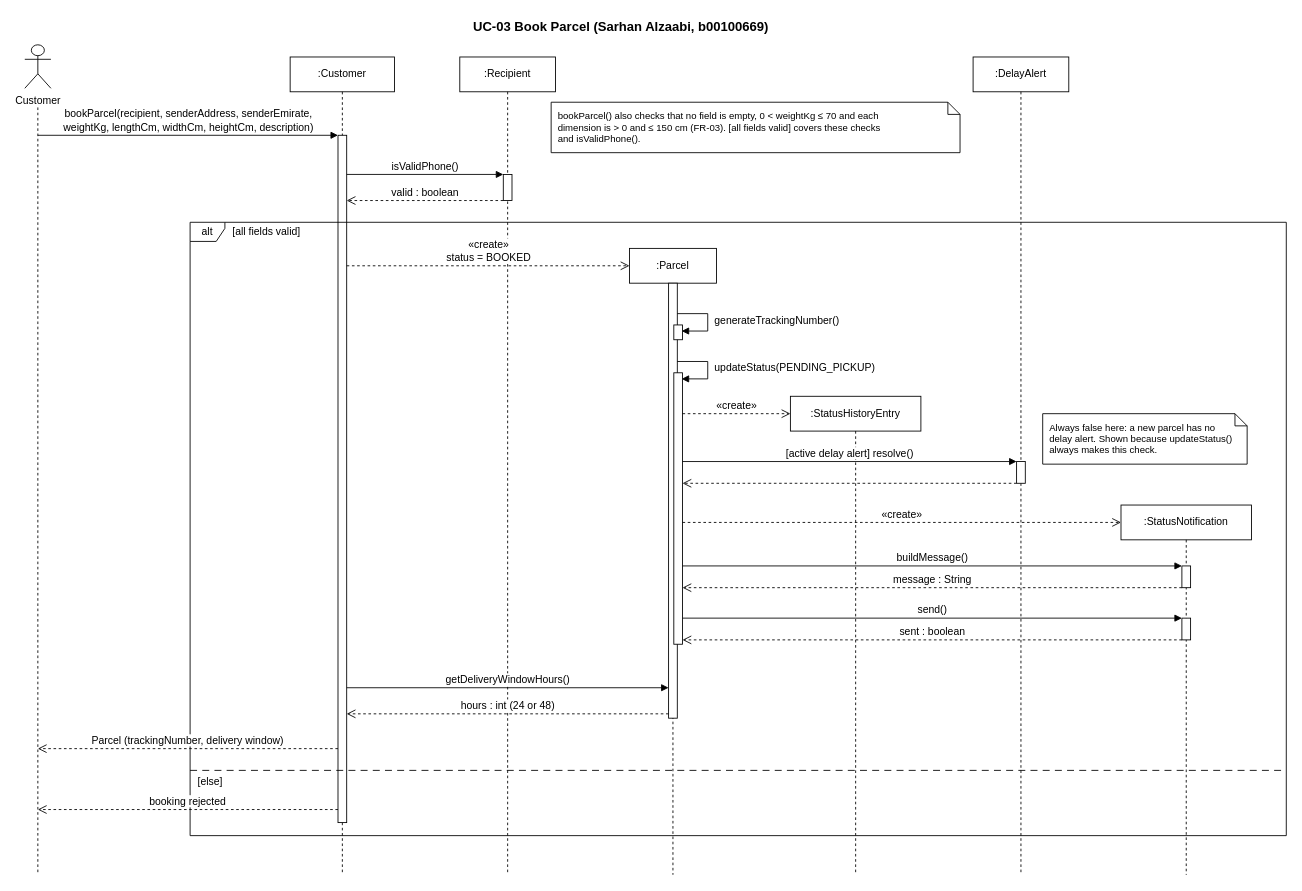
The draw.io diagram Project/Behavioral_Modeling/Sequence_Diagrams/SD_UC-03_Book_Parcel.drawio in COE420-Team10-F26/Courier_parcel_tracking_system, before the edit. Source tidied: cells renumbered, new cells numbered last; positions are measured from the earlier drawing's top-left corner, leaving out a move shared by most shapes. Both pictures are drawn from the tidied source at 87%, with x=0, y=0 at pixel (24, 15).
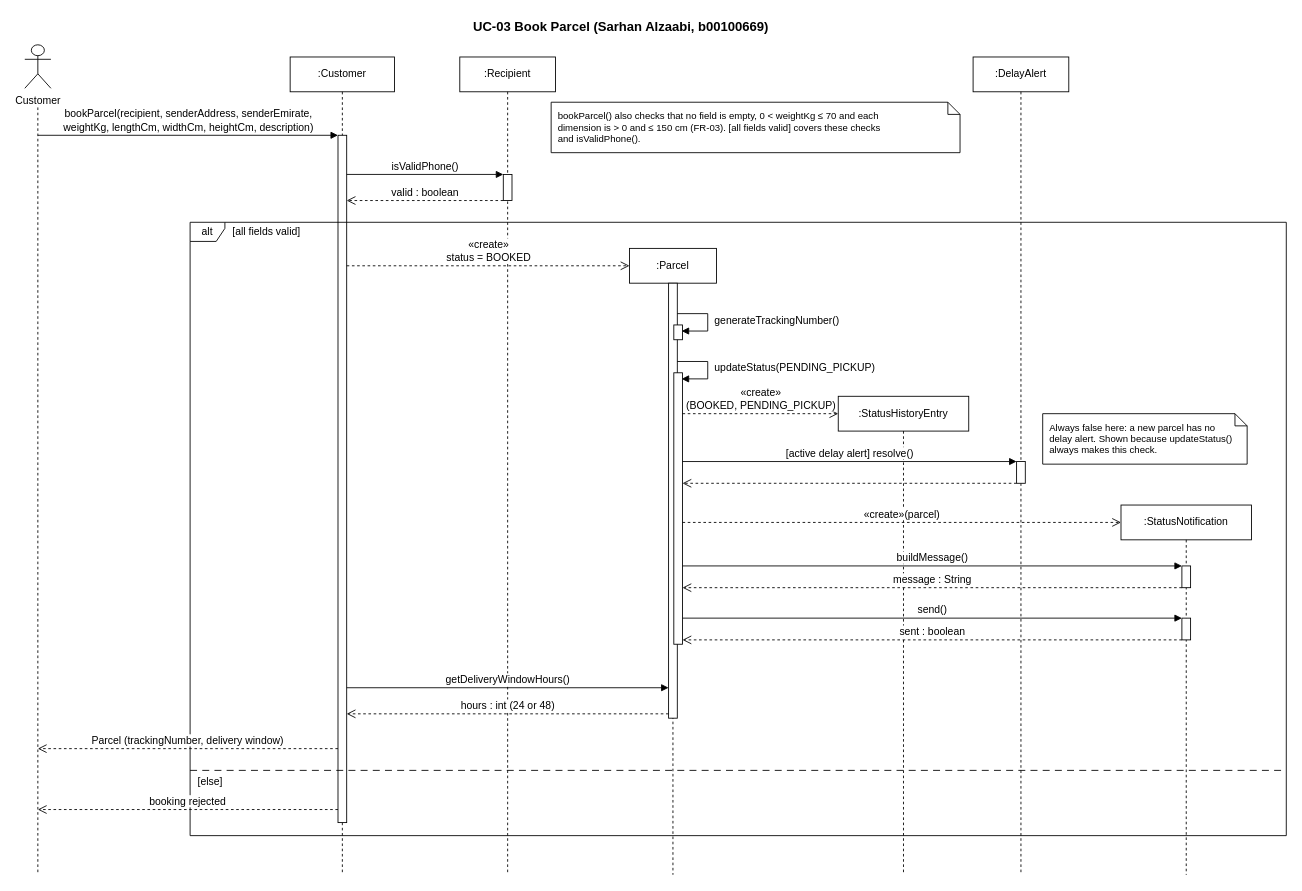
The same diagram, later.

The edit, as a diff of the source:
```diff
@@
     <mxCell id="25" value=":StatusHistoryEntry" style="shape=umlLifeline;perimeter=lifelinePerimeter;whiteSpace=wrap;html=1;size=40;fontStyle=0;" parent="1" vertex="1">
-      <mxGeometry x="880" y="438" width="150" height="550" as="geometry" />
+      <mxGeometry x="935" y="438" width="150" height="550" as="geometry" />
     </mxCell>
-    <mxCell id="26" value="«create»" style="html=1;endArrow=open;endSize=8;dashed=1;verticalAlign=bottom;labelBackgroundColor=#ffffff;fontSize=12;rounded=0;" parent="1" edge="1">
+    <mxCell id="26" value="«create»&lt;br&gt;(BOOKED, PENDING_PICKUP)" style="html=1;endArrow=open;endSize=8;dashed=1;verticalAlign=bottom;labelBackgroundColor=#ffffff;fontSize=12;rounded=0;" parent="1" edge="1">
       <mxGeometry relative="1" as="geometry">
         <mxPoint x="756" y="458" as="sourcePoint" />
-        <mxPoint x="880" y="458" as="targetPoint" />
+        <mxPoint x="935" y="458" as="targetPoint" />
       </mxGeometry>
     </mxCell>
@@
-    <mxCell id="32" value="«create»" style="html=1;endArrow=open;endSize=8;dashed=1;verticalAlign=bottom;labelBackgroundColor=#ffffff;fontSize=12;rounded=0;" parent="1" edge="1">
+    <mxCell id="32" value="«create»(parcel)" style="html=1;endArrow=open;endSize=8;dashed=1;verticalAlign=bottom;labelBackgroundColor=#ffffff;fontSize=12;rounded=0;" parent="1" edge="1">
       <mxGeometry relative="1" as="geometry">
         <mxPoint x="756" y="583" as="sourcePoint" />
         <mxPoint x="1260" y="583" as="targetPoint" />
       </mxGeometry>
     </mxCell>
```
